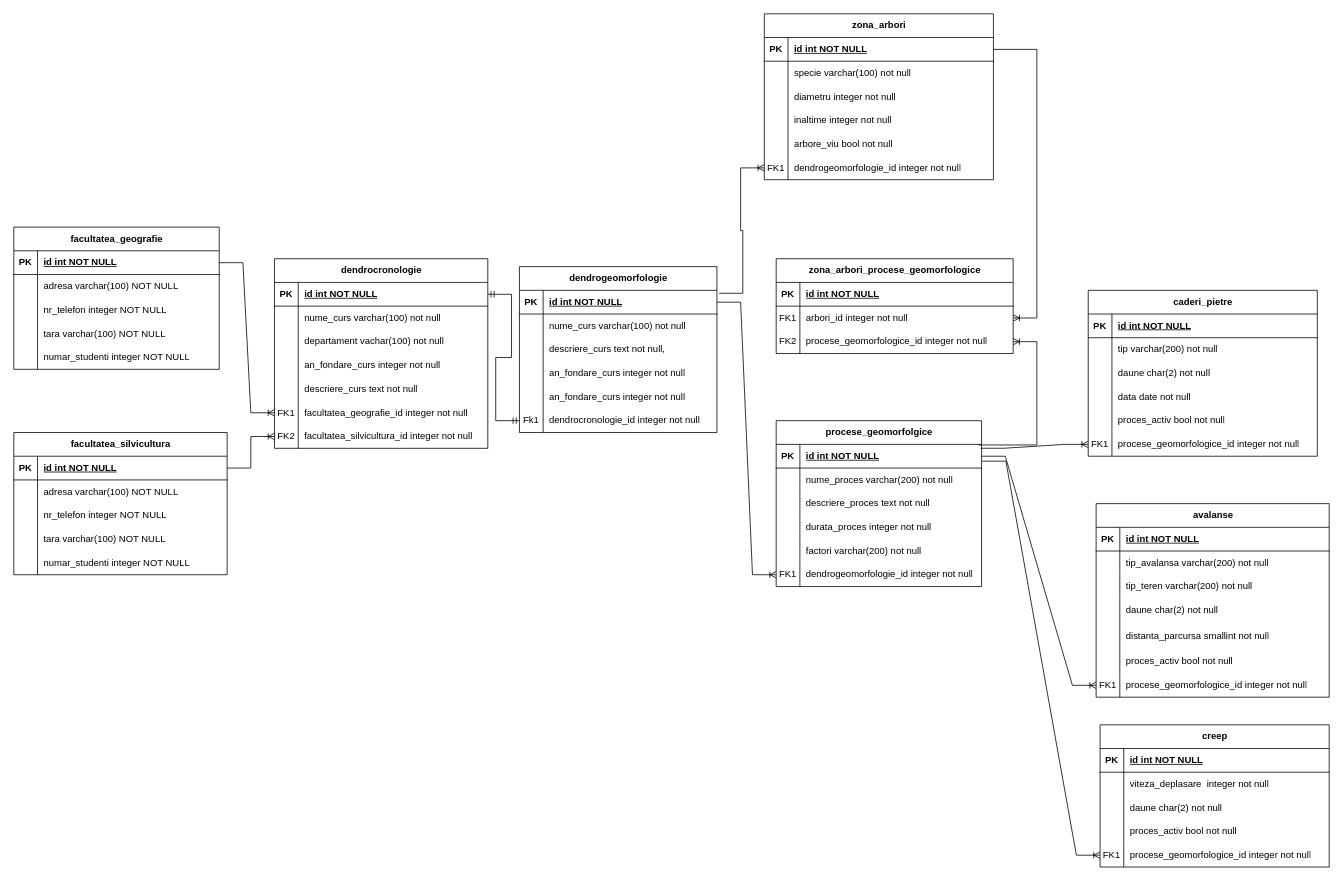
This is model_conceptual.drawio from cristian19122001/examen_sem_1_db, a draw.io file, before an edit. Source tidied: cells renumbered, new cells numbered last; positions are measured from the earlier drawing's top-left corner, leaving out a move shared by most shapes. Both pictures are drawn from the tidied source at 79%, with x=0, y=0 at pixel (13, 13).
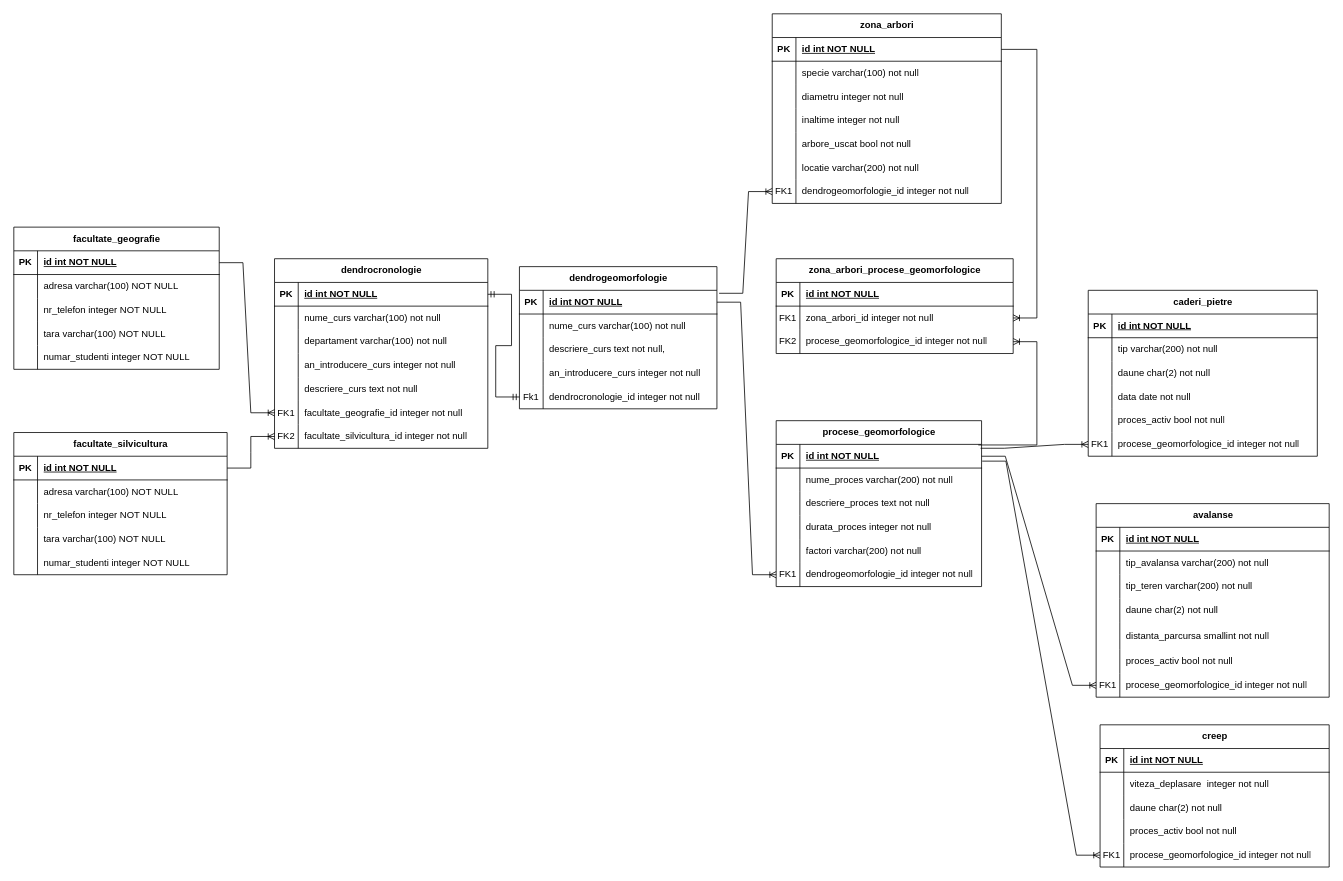
The same page after the edit.

Unchanged cells that the change refers to:
```xml
<mxCell id="47" style="shape=tableRow;horizontal=0;startSize=0;swimlaneHead=0;swimlaneBody=0;fillColor=none;top=0;left=0;right=0;bottom=0;" parent="34" vertex="1">
  <mxGeometry y="150" width="290" height="30" as="geometry" />
</mxCell>
<mxCell id="60" style="shape=tableRow;horizontal=0;startSize=0;swimlaneHead=0;swimlaneBody=0;fillColor=none;top=0;left=0;right=0;bottom=0;" parent="53" vertex="1">
  <mxGeometry y="90" width="270" height="30" as="geometry" />
</mxCell>
<mxCell id="63" style="shape=tableRow;horizontal=0;startSize=0;swimlaneHead=0;swimlaneBody=0;fillColor=none;top=0;left=0;right=0;bottom=0;" parent="53" vertex="1">
  <mxGeometry y="120" width="270" height="30" as="geometry" />
</mxCell>
<mxCell id="69" style="shape=tableRow;horizontal=0;startSize=0;swimlaneHead=0;swimlaneBody=0;fillColor=none;points=[[0,0.5],[1,0.5]];portConstraint=eastwest;top=0;left=0;right=0;bottom=0;" parent="53" vertex="1">
  <mxGeometry y="180" width="270" height="30" as="geometry" />
</mxCell>
<mxCell id="72" style="shape=tableRow;horizontal=0;startSize=0;swimlaneHead=0;swimlaneBody=0;fillColor=none;points=[[0,0.5],[1,0.5]];portConstraint=eastwest;top=0;left=0;right=0;bottom=0;" parent="53" vertex="1">
  <mxGeometry y="210" width="270" height="30" as="geometry" />
</mxCell>
<mxCell id="104" style="shape=tableRow;horizontal=0;startSize=0;swimlaneHead=0;swimlaneBody=0;fillColor=none;top=0;left=0;right=0;bottom=0;" parent="94" vertex="1">
  <mxGeometry y="120" width="250" height="30" as="geometry" />
</mxCell>
<mxCell id="117" style="shape=tableRow;horizontal=0;startSize=0;swimlaneHead=0;swimlaneBody=0;fillColor=none;points=[[0,0.5],[1,0.5]];portConstraint=eastwest;top=0;left=0;right=0;bottom=0;" parent="113" vertex="1">
  <mxGeometry y="60" width="300" height="30" as="geometry" />
</mxCell>
```

The edit, as a diff of the source:
```diff
@@
-    <mxCell id="2" value="facultatea_geografie" style="shape=table;startSize=30;childLayout=tableLayout;rowLines=0;fontStyle=1;align=center;html=1;" parent="1" vertex="1">
+    <mxCell id="2" value="facultate_geografie" style="shape=table;startSize=30;childLayout=tableLayout;rowLines=0;fontStyle=1;align=center;html=1;" parent="1" vertex="1">
       <mxGeometry y="270" width="260" height="180" as="geometry" />
     </mxCell>
@@
-    <mxCell id="18" value="facultatea_silvicultura" style="shape=table;startSize=30;childLayout=tableLayout;rowLines=0;fontStyle=1;align=center;html=1;" parent="1" vertex="1">
+    <mxCell id="18" value="facultate_silvicultura" style="shape=table;startSize=30;childLayout=tableLayout;rowLines=0;fontStyle=1;align=center;html=1;" parent="1" vertex="1">
       <mxGeometry y="530" width="270" height="180" as="geometry" />
     </mxCell>
@@
     <mxCell id="34" value="zona_arbori" style="shape=table;startSize=30;childLayout=tableLayout;rowLines=0;fontStyle=1;align=center;html=1;" parent="1" vertex="1">
-      <mxGeometry x="950" width="290" height="210" as="geometry" />
+      <mxGeometry x="960" width="290" height="240" as="geometry" />
     </mxCell>
@@
-    <mxCell id="49" value="arbore_viu bool not null" style="shape=partialRectangle;fillColor=none;top=0;left=0;bottom=0;right=0;align=left;spacingLeft=6;overflow=hidden;whiteSpace=wrap;html=1;" parent="47" vertex="1">
+    <mxCell id="49" value="arbore_uscat bool not null" style="shape=partialRectangle;fillColor=none;top=0;left=0;bottom=0;right=0;align=left;spacingLeft=6;overflow=hidden;whiteSpace=wrap;html=1;" parent="47" vertex="1">
       <mxGeometry x="30" width="260" height="30" as="geometry" />
     </mxCell>
+    <mxCell id="190" style="shape=tableRow;horizontal=0;startSize=0;swimlaneHead=0;swimlaneBody=0;fillColor=none;top=0;left=0;right=0;bottom=0;" parent="34" vertex="1">
+      <mxGeometry y="180" width="290" height="30" as="geometry" />
+    </mxCell>
+    <mxCell id="108" style="shape=partialRectangle;fillColor=none;top=0;left=0;bottom=0;right=0;overflow=hidden;whiteSpace=wrap;html=1;" parent="190" vertex="1">
+      <mxGeometry width="30" height="30" as="geometry" />
+    </mxCell>
+    <mxCell id="191" value="locatie varchar(200) not null" style="shape=partialRectangle;fillColor=none;top=0;left=0;bottom=0;right=0;align=left;spacingLeft=6;overflow=hidden;whiteSpace=wrap;html=1;" parent="190" vertex="1">
+      <mxGeometry x="30" width="260" height="30" as="geometry" />
+    </mxCell>
     <mxCell id="50" style="shape=tableRow;horizontal=0;startSize=0;swimlaneHead=0;swimlaneBody=0;fillColor=none;points=[[0,0.5],[1,0.5]];portConstraint=eastwest;top=0;left=0;right=0;bottom=0;" parent="34" vertex="1">
-      <mxGeometry y="180" width="290" height="30" as="geometry" />
+      <mxGeometry y="210" width="290" height="30" as="geometry" />
     </mxCell>
@@
-    <mxCell id="62" value="departament vachar(100) not null" style="shape=partialRectangle;fillColor=none;top=0;left=0;bottom=0;right=0;align=left;spacingLeft=6;overflow=hidden;whiteSpace=wrap;html=1;" parent="60" vertex="1">
+    <mxCell id="62" value="departament varchar(100) not null" style="shape=partialRectangle;fillColor=none;top=0;left=0;bottom=0;right=0;align=left;spacingLeft=6;overflow=hidden;whiteSpace=wrap;html=1;" parent="60" vertex="1">
       <mxGeometry x="30" width="240" height="30" as="geometry" />
     </mxCell>
@@
-    <mxCell id="65" value="an_fondare_curs integer not null" style="shape=partialRectangle;fillColor=none;top=0;left=0;bottom=0;right=0;align=left;spacingLeft=6;overflow=hidden;whiteSpace=wrap;html=1;" parent="63" vertex="1">
+    <mxCell id="65" value="an_introducere_curs integer not null" style="shape=partialRectangle;fillColor=none;top=0;left=0;bottom=0;right=0;align=left;spacingLeft=6;overflow=hidden;whiteSpace=wrap;html=1;" parent="63" vertex="1">
       <mxGeometry x="30" width="240" height="30" as="geometry" />
     </mxCell>
@@
-    <mxCell id="71" value="facultatea_geografie_id integer not null" style="shape=partialRectangle;fillColor=none;top=0;left=0;bottom=0;right=0;align=left;spacingLeft=6;overflow=hidden;whiteSpace=wrap;html=1;" parent="69" vertex="1">
+    <mxCell id="71" value="facultate_geografie_id integer not null" style="shape=partialRectangle;fillColor=none;top=0;left=0;bottom=0;right=0;align=left;spacingLeft=6;overflow=hidden;whiteSpace=wrap;html=1;" parent="69" vertex="1">
       <mxGeometry x="30" width="240" height="30" as="geometry" />
     </mxCell>
@@
-    <mxCell id="74" value="facultatea_silvicultura_id integer not null" style="shape=partialRectangle;fillColor=none;top=0;left=0;bottom=0;right=0;align=left;spacingLeft=6;overflow=hidden;whiteSpace=wrap;html=1;" parent="72" vertex="1">
+    <mxCell id="74" value="facultate_silvicultura_id integer not null" style="shape=partialRectangle;fillColor=none;top=0;left=0;bottom=0;right=0;align=left;spacingLeft=6;overflow=hidden;whiteSpace=wrap;html=1;" parent="72" vertex="1">
       <mxGeometry x="30" width="240" height="30" as="geometry" />
     </mxCell>
-    <mxCell id="75" value="procese_geomorfolgice" style="shape=table;startSize=30;childLayout=tableLayout;rowLines=0;fontStyle=1;align=center;html=1;" parent="1" vertex="1">
+    <mxCell id="75" value="procese_geomorfologice" style="shape=table;startSize=30;childLayout=tableLayout;rowLines=0;fontStyle=1;align=center;html=1;" parent="1" vertex="1">
       <mxGeometry x="965" y="515" width="260" height="210" as="geometry" />
     </mxCell>
@@
     <mxCell id="94" value="dendrogeomorfologie" style="shape=table;startSize=30;childLayout=tableLayout;rowLines=0;fontStyle=1;align=center;html=1;" parent="1" vertex="1">
-      <mxGeometry x="640" y="320" width="250" height="210" as="geometry" />
+      <mxGeometry x="640" y="320" width="250" height="180" as="geometry" />
     </mxCell>
@@
-    <mxCell id="106" value="an_fondare_curs integer not null" style="shape=partialRectangle;fillColor=none;top=0;left=0;bottom=0;right=0;align=left;spacingLeft=6;overflow=hidden;whiteSpace=wrap;html=1;" parent="104" vertex="1">
+    <mxCell id="106" value="an_introducere_curs integer not null" style="shape=partialRectangle;fillColor=none;top=0;left=0;bottom=0;right=0;align=left;spacingLeft=6;overflow=hidden;whiteSpace=wrap;html=1;" parent="104" vertex="1">
       <mxGeometry x="30" width="220" height="30" as="geometry" />
     </mxCell>
-    <mxCell id="107" style="shape=tableRow;horizontal=0;startSize=0;swimlaneHead=0;swimlaneBody=0;fillColor=none;top=0;left=0;right=0;bottom=0;" parent="94" vertex="1">
-      <mxGeometry y="150" width="250" height="30" as="geometry" />
-    </mxCell>
-    <mxCell id="108" style="shape=partialRectangle;fillColor=none;top=0;left=0;bottom=0;right=0;overflow=hidden;whiteSpace=wrap;html=1;" parent="107" vertex="1">
-      <mxGeometry width="30" height="30" as="geometry" />
-    </mxCell>
-    <mxCell id="109" value="an_fondare_curs integer not null" style="shape=partialRectangle;fillColor=none;top=0;left=0;bottom=0;right=0;align=left;spacingLeft=6;overflow=hidden;whiteSpace=wrap;html=1;" parent="107" vertex="1">
-      <mxGeometry x="30" width="220" height="30" as="geometry" />
-    </mxCell>
     <mxCell id="110" style="shape=tableRow;horizontal=0;startSize=0;swimlaneHead=0;swimlaneBody=0;fillColor=none;points=[[0,0.5],[1,0.5]];portConstraint=eastwest;top=0;left=0;right=0;bottom=0;" parent="94" vertex="1">
-      <mxGeometry y="180" width="250" height="30" as="geometry" />
+      <mxGeometry y="150" width="250" height="30" as="geometry" />
     </mxCell>
@@
-    <mxCell id="119" value="arbori_id integer not null" style="shape=partialRectangle;fillColor=none;top=0;left=0;bottom=0;right=0;align=left;spacingLeft=6;overflow=hidden;whiteSpace=wrap;html=1;" parent="117" vertex="1">
+    <mxCell id="119" value="zona_arbori_id integer not null" style="shape=partialRectangle;fillColor=none;top=0;left=0;bottom=0;right=0;align=left;spacingLeft=6;overflow=hidden;whiteSpace=wrap;html=1;" parent="117" vertex="1">
       <mxGeometry x="30" width="270" height="30" as="geometry" />
     </mxCell>
```
